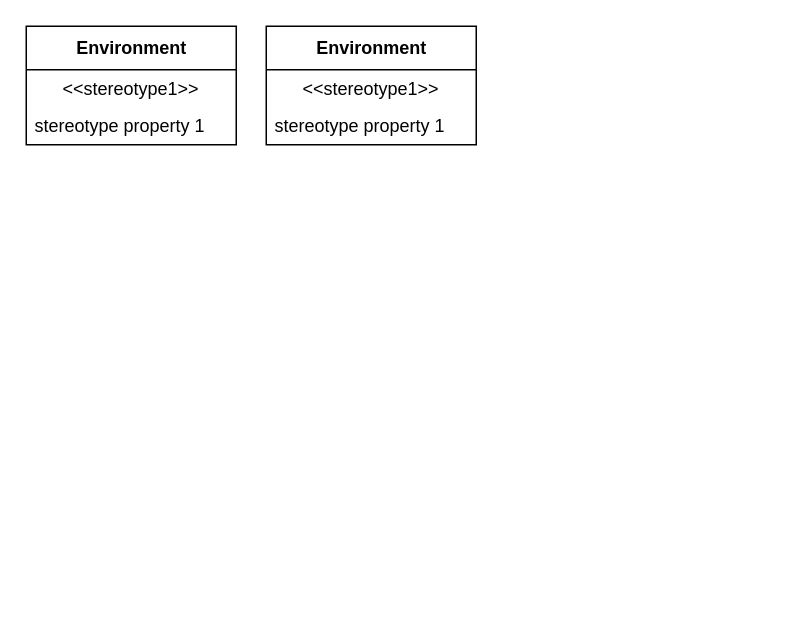
This is Diagramme sans nom.drawio from TheoPasquier/Ai-Personnality-chatting, a draw.io file, before an edit. Source tidied: cells renumbered, new cells numbered last; positions are measured from the earlier drawing's top-left corner, leaving out a move shared by most shapes. Both pictures are drawn from the tidied source at 150%, with x=0, y=0 at pixel (26, 26).
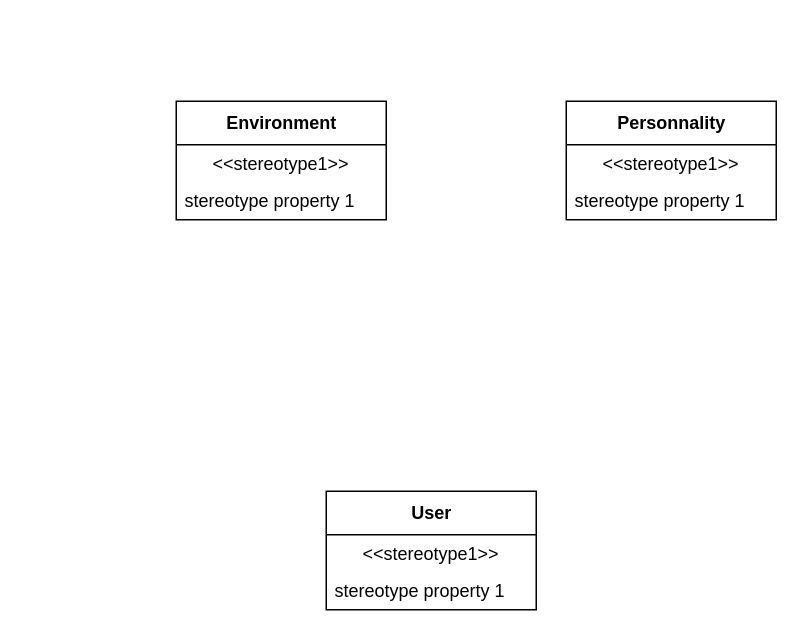
Above is the later version.

Commit message:
Mettre à jour Diagramme sans nom.drawio

Change to the diagram source:
```diff
@@
 <mxGraphModel>
   <root>
     <mxCell id="0" />
     <mxCell id="1" parent="0" />
     <mxCell id="2" value="Environment" style="swimlane;fontStyle=1;align=center;verticalAlign=middle;horizontal=1;startSize=29;html=1;" parent="1" vertex="1">
-      <mxGeometry width="140" height="79" as="geometry" />
+      <mxGeometry x="100" y="50" width="140" height="79" as="geometry" />
     </mxCell>
     <mxCell id="3" value="&amp;lt;&amp;lt;stereotype1&amp;gt;&amp;gt;" style="text;html=1;strokeColor=none;fillColor=none;align=center;verticalAlign=middle;spacingLeft=4;spacingRight=4;overflow=hidden;" parent="2" vertex="1">
       <mxGeometry y="29" width="140" height="25" as="geometry" />
     </mxCell>
     <mxCell id="4" value="stereotype property 1" style="text;html=1;strokeColor=none;fillColor=none;align=left;verticalAlign=middle;spacingLeft=4;spacingRight=4;overflow=hidden;" parent="2" vertex="1">
       <mxGeometry y="54" width="140" height="25" as="geometry" />
     </mxCell>
-    <mxCell id="5" value="Environment" style="swimlane;fontStyle=1;align=center;verticalAlign=middle;horizontal=1;startSize=29;html=1;" parent="1" vertex="1">
-      <mxGeometry x="160" width="140" height="79" as="geometry" />
+    <mxCell id="5" value="User" style="swimlane;fontStyle=1;align=center;verticalAlign=middle;horizontal=1;startSize=29;html=1;" parent="1" vertex="1">
+      <mxGeometry x="200" y="310" width="140" height="79" as="geometry" />
     </mxCell>
     <mxCell id="6" value="&amp;lt;&amp;lt;stereotype1&amp;gt;&amp;gt;" style="text;html=1;strokeColor=none;fillColor=none;align=center;verticalAlign=middle;spacingLeft=4;spacingRight=4;overflow=hidden;" parent="5" vertex="1">
       <mxGeometry y="29" width="140" height="25" as="geometry" />
     </mxCell>
     <mxCell id="7" value="stereotype property 1" style="text;html=1;strokeColor=none;fillColor=none;align=left;verticalAlign=middle;spacingLeft=4;spacingRight=4;overflow=hidden;" parent="5" vertex="1">
       <mxGeometry y="54" width="140" height="25" as="geometry" />
     </mxCell>
+    <mxCell id="8" value="Personnality" style="swimlane;fontStyle=1;align=center;verticalAlign=middle;horizontal=1;startSize=29;html=1;" parent="1" vertex="1">
+      <mxGeometry x="360" y="50" width="140" height="79" as="geometry" />
+    </mxCell>
+    <mxCell id="9" value="&amp;lt;&amp;lt;stereotype1&amp;gt;&amp;gt;" style="text;html=1;strokeColor=none;fillColor=none;align=center;verticalAlign=middle;spacingLeft=4;spacingRight=4;overflow=hidden;" parent="8" vertex="1">
+      <mxGeometry y="29" width="140" height="25" as="geometry" />
+    </mxCell>
+    <mxCell id="10" value="stereotype property 1" style="text;html=1;strokeColor=none;fillColor=none;align=left;verticalAlign=middle;spacingLeft=4;spacingRight=4;overflow=hidden;" parent="8" vertex="1">
+      <mxGeometry y="54" width="140" height="25" as="geometry" />
+    </mxCell>
   </root>
 </mxGraphModel>
```
